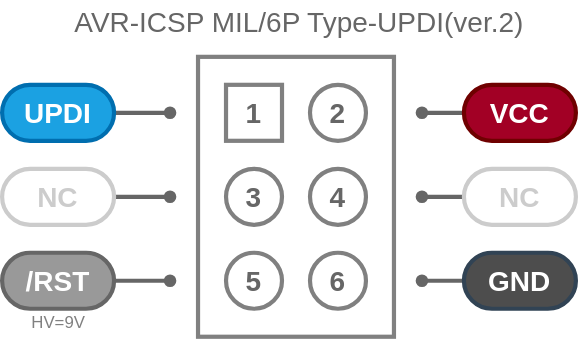
Above: svg/AVR-ICSP-M6P-UPDIv2.drawio.svg in askn37/askn37.github.io (draw.io), before the change. Source tidied: cells renumbered, new cells last; positions are measured from the earlier drawing's top-left corner, leaving out a move shared by most shapes. Source of this version:
```xml
<mxGraphModel>
  <root>
    <mxCell id="0" />
    <mxCell id="1" parent="0" />
    <mxCell id="2" style="rounded=0;whiteSpace=wrap;html=1;labelBackgroundColor=#663300;fontSize=20;fontColor=#FFFFFF;strokeColor=#808080;strokeWidth=3;fillColor=none;" parent="1" vertex="1">
      <mxGeometry x="140" y="40" width="140" height="200" as="geometry" />
    </mxCell>
    <mxCell id="3" value="2" style="ellipse;whiteSpace=wrap;html=1;strokeWidth=3;strokeColor=#808080;fontSize=20;fontStyle=1;rounded=1;fontColor=#666666;fillColor=none;" parent="1" vertex="1">
      <mxGeometry x="220" y="60" width="40" height="40" as="geometry" />
    </mxCell>
    <mxCell id="4" value="1" style="whiteSpace=wrap;html=1;strokeWidth=3;strokeColor=#808080;fontStyle=1;fontSize=20;rounded=0;fontColor=#666666;fillColor=none;" parent="1" vertex="1">
      <mxGeometry x="160" y="60" width="40" height="40" as="geometry" />
    </mxCell>
    <mxCell id="5" value="3" style="ellipse;whiteSpace=wrap;html=1;strokeColor=#808080;strokeWidth=3;fontSize=20;fontStyle=1;rounded=1;fontColor=#666666;fillColor=none;" parent="1" vertex="1">
      <mxGeometry x="160" y="120" width="40" height="40" as="geometry" />
    </mxCell>
    <mxCell id="6" value="4" style="ellipse;whiteSpace=wrap;html=1;strokeColor=#808080;strokeWidth=3;fontStyle=1;fontSize=20;rounded=1;fontColor=#666666;fillColor=none;" parent="1" vertex="1">
      <mxGeometry x="220" y="120" width="40" height="40" as="geometry" />
    </mxCell>
    <mxCell id="7" value="5" style="ellipse;whiteSpace=wrap;html=1;strokeWidth=3;strokeColor=#808080;fontStyle=1;fontSize=20;rounded=1;fontColor=#666666;fillColor=none;" parent="1" vertex="1">
      <mxGeometry x="160" y="180" width="40" height="40" as="geometry" />
    </mxCell>
    <mxCell id="8" value="6" style="ellipse;whiteSpace=wrap;html=1;strokeColor=#808080;strokeWidth=3;fontStyle=1;fontSize=20;rounded=1;fontColor=#666666;fillColor=none;" parent="1" vertex="1">
      <mxGeometry x="220" y="180" width="40" height="40" as="geometry" />
    </mxCell>
    <mxCell id="9" style="edgeStyle=none;html=1;fontSize=20;fontColor=#FFFFFF;startArrow=none;startFill=0;endArrow=oval;endFill=1;strokeColor=#666666;strokeWidth=3;" parent="1" edge="1" source="10">
      <mxGeometry relative="1" as="geometry">
        <mxPoint x="300" y="80" as="targetPoint" />
      </mxGeometry>
    </mxCell>
    <mxCell id="10" value="VCC" style="rounded=1;whiteSpace=wrap;html=1;fontSize=20;strokeWidth=3;fontStyle=1;fillColor=#a20025;strokeColor=#6F0000;fontColor=#ffffff;arcSize=50;" parent="1" vertex="1">
      <mxGeometry x="330" y="60" width="80" height="40" as="geometry" />
    </mxCell>
    <mxCell id="11" style="edgeStyle=none;html=1;fontSize=20;fontColor=#FFFFFF;startArrow=none;startFill=0;endArrow=oval;endFill=1;strokeColor=#666666;strokeWidth=3;" parent="1" edge="1" source="12">
      <mxGeometry relative="1" as="geometry">
        <mxPoint x="300" y="140" as="targetPoint" />
      </mxGeometry>
    </mxCell>
    <mxCell id="12" value="NC" style="rounded=1;whiteSpace=wrap;html=1;fontSize=20;strokeWidth=3;fontStyle=1;arcSize=50;strokeColor=#CCCCCC;fontColor=#CCCCCC;fillColor=none;" parent="1" vertex="1">
      <mxGeometry x="330" y="120" width="80" height="40" as="geometry" />
    </mxCell>
    <mxCell id="13" style="edgeStyle=none;html=1;fontSize=20;fontColor=#FFFFFF;startArrow=none;startFill=0;endArrow=oval;endFill=1;strokeColor=#666666;strokeWidth=3;" parent="1" edge="1" source="14">
      <mxGeometry relative="1" as="geometry">
        <mxPoint x="300" y="200" as="targetPoint" />
      </mxGeometry>
    </mxCell>
    <mxCell id="14" value="GND" style="rounded=1;whiteSpace=wrap;html=1;fontSize=20;strokeWidth=3;fontStyle=1;fillColor=#4D4D4D;strokeColor=#314354;fontColor=#ffffff;arcSize=50;" parent="1" vertex="1">
      <mxGeometry x="330" y="180" width="80" height="40" as="geometry" />
    </mxCell>
    <mxCell id="15" style="html=1;exitX=1;exitY=0.5;exitDx=0;exitDy=0;fontSize=20;fontColor=#FFFFFF;strokeWidth=3;strokeColor=#666666;startArrow=none;startFill=0;endArrow=oval;endFill=1;" parent="1" edge="1" source="16">
      <mxGeometry relative="1" as="geometry">
        <mxPoint x="120" y="80" as="targetPoint" />
      </mxGeometry>
    </mxCell>
    <mxCell id="16" value="UPDI" style="rounded=1;whiteSpace=wrap;html=1;fontSize=20;strokeWidth=3;fontStyle=1;fillColor=#1ba1e2;strokeColor=#006EAF;fontColor=#ffffff;arcSize=50;" parent="1" vertex="1">
      <mxGeometry y="60" width="80" height="40" as="geometry" />
    </mxCell>
    <mxCell id="17" style="edgeStyle=none;html=1;exitX=1;exitY=0.5;exitDx=0;exitDy=0;fontSize=20;fontColor=#FFFFFF;startArrow=none;startFill=0;endArrow=oval;endFill=1;strokeColor=#666666;strokeWidth=3;" parent="1" edge="1">
      <mxGeometry relative="1" as="geometry">
        <mxPoint x="80" y="140" as="sourcePoint" />
        <mxPoint x="120" y="140" as="targetPoint" />
      </mxGeometry>
    </mxCell>
    <mxCell id="18" style="edgeStyle=none;html=1;fontSize=20;fontColor=#FFFFFF;startArrow=none;startFill=0;endArrow=oval;endFill=1;strokeColor=#666666;strokeWidth=3;" parent="1" edge="1" source="19">
      <mxGeometry relative="1" as="geometry">
        <mxPoint x="120" y="200" as="targetPoint" />
      </mxGeometry>
    </mxCell>
    <mxCell id="19" value="/RST" style="rounded=1;whiteSpace=wrap;html=1;fontSize=20;strokeWidth=3;fontStyle=1;fillColor=#999999;strokeColor=#666666;fontColor=#ffffff;arcSize=50;" parent="1" vertex="1">
      <mxGeometry y="180" width="80" height="40" as="geometry" />
    </mxCell>
    <mxCell id="20" value="AVR-ICSP MIL/6P Type-UPDI(ver.2)" style="text;html=1;align=center;verticalAlign=middle;strokeColor=none;fillColor=none;fontSize=20;fontColor=#666666;" parent="1" vertex="1">
      <mxGeometry x="42" width="340" height="30" as="geometry" />
    </mxCell>
    <mxCell id="21" value="HV=9V" style="text;html=1;align=center;verticalAlign=middle;strokeColor=none;fillColor=none;fontColor=#808080;" parent="1" vertex="1">
      <mxGeometry x="15" y="220" width="50" height="20" as="geometry" />
    </mxCell>
    <mxCell id="22" value="NC" style="rounded=1;whiteSpace=wrap;html=1;fontSize=20;strokeWidth=3;fontStyle=1;arcSize=50;strokeColor=#CCCCCC;fontColor=#CCCCCC;fillColor=none;" parent="1" vertex="1">
      <mxGeometry y="120" width="80" height="40" as="geometry" />
    </mxCell>
  </root>
</mxGraphModel>
```
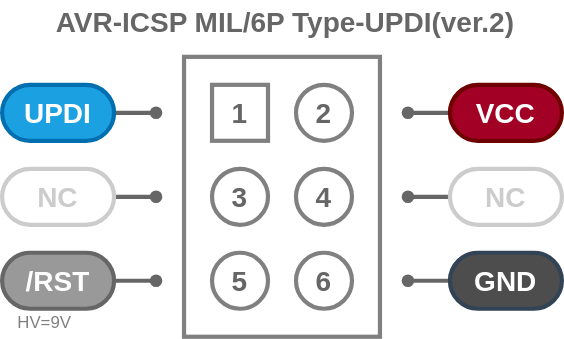
Later version of the same file.

Change to the diagram source:
```diff
@@ -53,11 +53,10 @@
       </mxGeometry>
     </mxCell>
     <mxCell id="16" value="UPDI" style="rounded=1;whiteSpace=wrap;html=1;fontSize=20;strokeWidth=3;fontStyle=1;fillColor=#1ba1e2;strokeColor=#006EAF;fontColor=#ffffff;arcSize=50;" parent="1" vertex="1">
-      <mxGeometry y="60" width="80" height="40" as="geometry" />
+      <mxGeometry x="10" y="60" width="80" height="40" as="geometry" />
     </mxCell>
-    <mxCell id="17" style="edgeStyle=none;html=1;exitX=1;exitY=0.5;exitDx=0;exitDy=0;fontSize=20;fontColor=#FFFFFF;startArrow=none;startFill=0;endArrow=oval;endFill=1;strokeColor=#666666;strokeWidth=3;" parent="1" edge="1">
+    <mxCell id="17" style="edgeStyle=none;html=1;exitX=1;exitY=0.5;exitDx=0;exitDy=0;fontSize=20;fontColor=#FFFFFF;startArrow=none;startFill=0;endArrow=oval;endFill=1;strokeColor=#666666;strokeWidth=3;" parent="1" edge="1" source="22">
       <mxGeometry relative="1" as="geometry">
-        <mxPoint x="80" y="140" as="sourcePoint" />
         <mxPoint x="120" y="140" as="targetPoint" />
       </mxGeometry>
     </mxCell>
@@ -67,16 +66,16 @@
       </mxGeometry>
     </mxCell>
     <mxCell id="19" value="/RST" style="rounded=1;whiteSpace=wrap;html=1;fontSize=20;strokeWidth=3;fontStyle=1;fillColor=#999999;strokeColor=#666666;fontColor=#ffffff;arcSize=50;" parent="1" vertex="1">
-      <mxGeometry y="180" width="80" height="40" as="geometry" />
+      <mxGeometry x="10" y="180" width="80" height="40" as="geometry" />
     </mxCell>
-    <mxCell id="20" value="AVR-ICSP MIL/6P Type-UPDI(ver.2)" style="text;html=1;align=center;verticalAlign=middle;strokeColor=none;fillColor=none;fontSize=20;fontColor=#666666;" parent="1" vertex="1">
+    <mxCell id="20" value="AVR-ICSP MIL/6P Type-UPDI(ver.2)" style="text;html=1;align=center;verticalAlign=middle;strokeColor=none;fillColor=none;fontSize=20;fontColor=#666666;fontStyle=1;" parent="1" vertex="1">
       <mxGeometry x="42" width="340" height="30" as="geometry" />
     </mxCell>
     <mxCell id="21" value="HV=9V" style="text;html=1;align=center;verticalAlign=middle;strokeColor=none;fillColor=none;fontColor=#808080;" parent="1" vertex="1">
       <mxGeometry x="15" y="220" width="50" height="20" as="geometry" />
     </mxCell>
     <mxCell id="22" value="NC" style="rounded=1;whiteSpace=wrap;html=1;fontSize=20;strokeWidth=3;fontStyle=1;arcSize=50;strokeColor=#CCCCCC;fontColor=#CCCCCC;fillColor=none;" parent="1" vertex="1">
-      <mxGeometry y="120" width="80" height="40" as="geometry" />
+      <mxGeometry x="10" y="120" width="80" height="40" as="geometry" />
     </mxCell>
   </root>
 </mxGraphModel>
```
